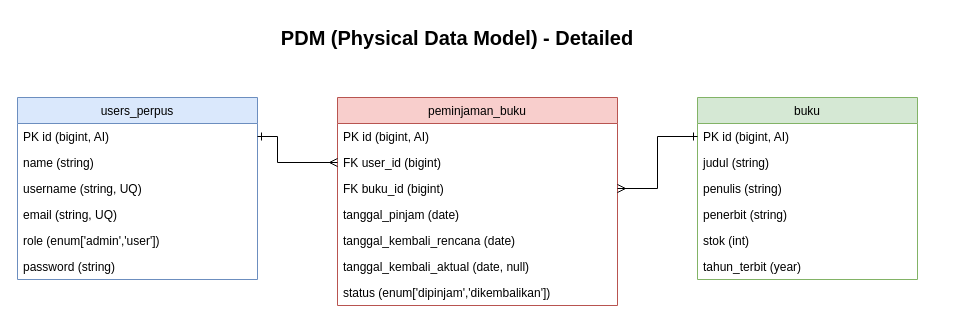
Earlier version of the draw.io diagram pdm_perpus.drawio.xml (AdityaWijayaPutra30/Tugas-Akhir-DPW). Source tidied: cells renumbered, new cells numbered last; positions are measured from the earlier drawing's top-left corner, leaving out a move shared by most shapes. Both pictures are drawn from the tidied source at 100%, with x=0, y=0 at pixel (17, 17).
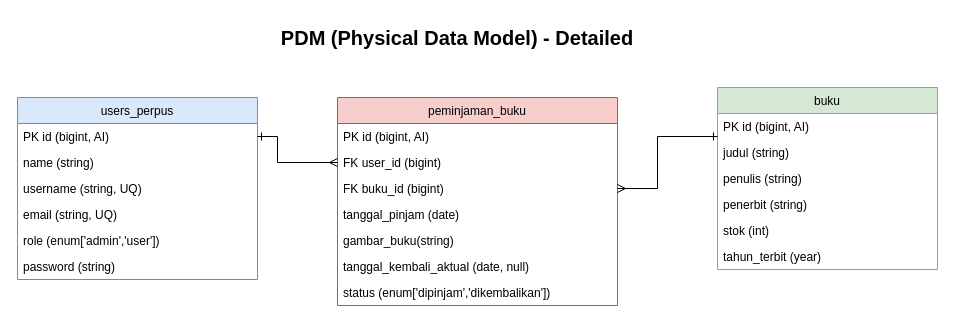
After the change.

Unchanged cells that the change refers to:
```xml
<mxCell id="10" value="peminjaman_buku" style="swimlane;fontStyle=0;horizontal=1;startSize=26;fillColor=#f8cecc;strokeColor=#b85450;" parent="1" vertex="1">
  <mxGeometry x="320" y="80" width="280" height="208" as="geometry" />
</mxCell>
```

Diff of the diagram source:
```diff
@@
-    <mxCell id="15" value="tanggal_kembali_rencana (date)" style="text;strokeColor=none;fillColor=none;align=left;verticalAlign=middle;spacingLeft=4;spacingRight=4;overflow=hidden;" parent="10" vertex="1">
+    <mxCell id="15" value="gambar_buku(string)" style="text;strokeColor=none;fillColor=none;align=left;verticalAlign=middle;spacingLeft=4;spacingRight=4;overflow=hidden;" parent="10" vertex="1">
       <mxGeometry y="130" width="280" height="26" as="geometry" />
     </mxCell>
@@
     <mxCell id="18" value="buku" style="swimlane;fontStyle=0;horizontal=1;startSize=26;fillColor=#d5e8d4;strokeColor=#82b366;" parent="1" vertex="1">
-      <mxGeometry x="680" y="80" width="220" height="182" as="geometry" />
+      <mxGeometry x="700" y="70" width="220" height="182" as="geometry" />
     </mxCell>
```
